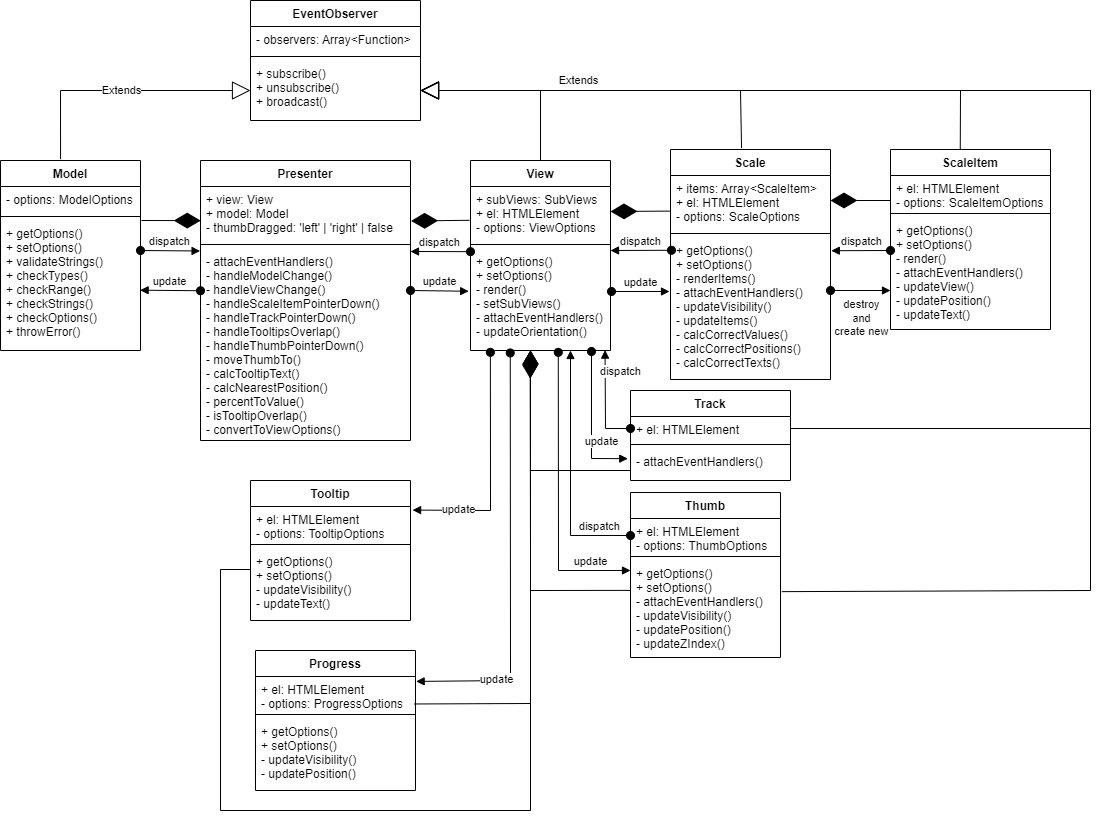
This is docs/classes-diagram.png from staya-bomjei/range-slider, a draw.io export, as it was before one commit. Source tidied: cells renumbered, new cells last; positions are measured from the earlier drawing's top-left corner, leaving out a move shared by most shapes.
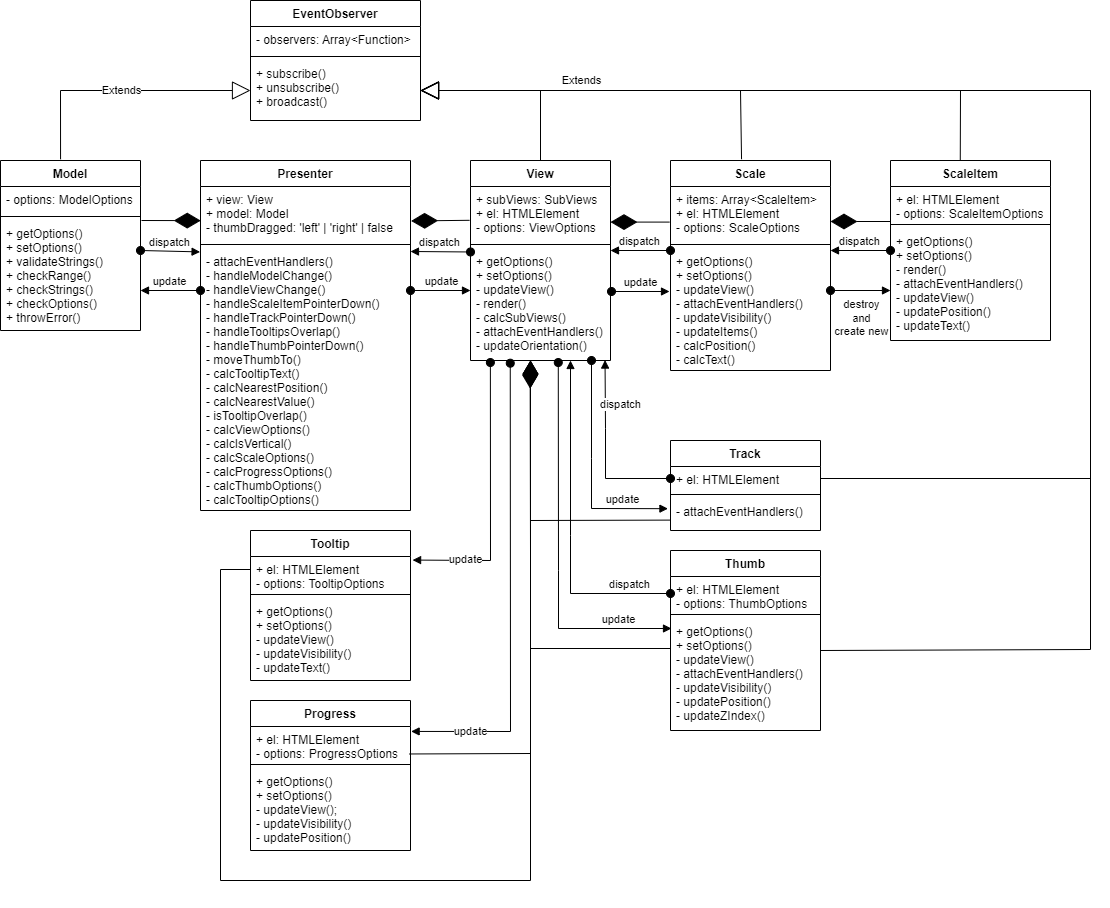
After the commit.

The edit, as a diff of the source:
```diff
@@ -17,3 +17,3 @@
     <mxCell id="6" value="Model" style="swimlane;fontStyle=1;align=center;verticalAlign=top;horizontal=1;startSize=26;" parent="1" vertex="1">
-      <mxGeometry y="160" width="140" height="190" as="geometry" />
+      <mxGeometry y="160" width="140" height="170" as="geometry" />
     </mxCell>
@@ -25,7 +25,7 @@
     </mxCell>
-    <mxCell id="9" value="+ getOptions()&#10;+ setOptions()&#10;+ validateStrings()&#10;+ checkTypes()&#10;+ checkRange()&#10;+ checkStrings()&#10;+ checkOptions()&#10;+ throwError()" style="text;strokeColor=none;fillColor=none;align=left;verticalAlign=top;spacingLeft=4;spacingRight=4;overflow=hidden;points=[[0,0.5],[1,0.5]];portConstraint=eastwest;" parent="6" vertex="1">
-      <mxGeometry y="60" width="140" height="130" as="geometry" />
+    <mxCell id="9" value="+ getOptions()&#10;+ setOptions()&#10;+ validateStrings()&#10;+ checkRange()&#10;+ checkStrings()&#10;+ checkOptions()&#10;+ throwError()" style="text;strokeColor=none;fillColor=none;align=left;verticalAlign=top;spacingLeft=4;spacingRight=4;overflow=hidden;points=[[0,0.5],[1,0.5]];portConstraint=eastwest;" parent="6" vertex="1">
+      <mxGeometry y="60" width="140" height="110" as="geometry" />
     </mxCell>
     <mxCell id="10" value="View" style="swimlane;fontStyle=1;align=center;verticalAlign=top;horizontal=1;startSize=26;" parent="1" vertex="1">
-      <mxGeometry x="470" y="160" width="140" height="190" as="geometry" />
+      <mxGeometry x="470" y="160" width="140" height="200" as="geometry" />
     </mxCell>
@@ -37,7 +37,7 @@
     </mxCell>
-    <mxCell id="13" value="+ getOptions()&#10;+ setOptions()&#10;- render()&#10;- setSubViews()&#10;- attachEventHandlers()&#10;- updateOrientation()" style="text;strokeColor=none;fillColor=none;align=left;verticalAlign=top;spacingLeft=4;spacingRight=4;overflow=hidden;points=[[0,0.5],[1,0.5]];portConstraint=eastwest;" parent="10" vertex="1">
-      <mxGeometry y="88" width="140" height="102" as="geometry" />
+    <mxCell id="13" value="+ getOptions()&#10;+ setOptions()&#10;- updateView()&#10;- render()&#10;- calcSubViews()&#10;- attachEventHandlers()&#10;- updateOrientation()" style="text;strokeColor=none;fillColor=none;align=left;verticalAlign=top;spacingLeft=4;spacingRight=4;overflow=hidden;points=[[0,0.5],[1,0.5]];portConstraint=eastwest;" parent="10" vertex="1">
+      <mxGeometry y="88" width="140" height="112" as="geometry" />
     </mxCell>
     <mxCell id="14" value="Presenter" style="swimlane;fontStyle=1;align=center;verticalAlign=top;horizontal=1;startSize=26;" parent="1" vertex="1">
-      <mxGeometry x="200" y="160" width="210" height="280" as="geometry" />
+      <mxGeometry x="200" y="160" width="210" height="350" as="geometry" />
     </mxCell>
@@ -49,7 +49,7 @@
     </mxCell>
-    <mxCell id="17" value="- attachEventHandlers()&#10;- handleModelChange()&#10;- handleViewChange()&#10;- handleScaleItemPointerDown()&#10;- handleTrackPointerDown()&#10;- handleTooltipsOverlap()&#10;- handleThumbPointerDown()&#10;- moveThumbTo()&#10;- calcTooltipText()&#10;- calcNearestPosition()&#10;- percentToValue()&#10;- isTooltipOverlap()&#10;- convertToViewOptions()" style="text;strokeColor=none;fillColor=none;align=left;verticalAlign=top;spacingLeft=4;spacingRight=4;overflow=hidden;points=[[0,0.5],[1,0.5]];portConstraint=eastwest;" parent="14" vertex="1">
-      <mxGeometry y="88" width="210" height="192" as="geometry" />
+    <mxCell id="17" value="- attachEventHandlers()&#10;- handleModelChange()&#10;- handleViewChange()&#10;- handleScaleItemPointerDown()&#10;- handleTrackPointerDown()&#10;- handleTooltipsOverlap()&#10;- handleThumbPointerDown()&#10;- moveThumbTo()&#10;- calcTooltipText()&#10;- calcNearestPosition()&#10;- calcNearestValue()&#10;- isTooltipOverlap()&#10;- calcViewOptions()&#10;- calcIsVertical()&#10;- calcScaleOptions()&#10;- calcProgressOptions()&#10;- calcThumbOptions()&#10;- calcTooltipOptions()&#10;" style="text;strokeColor=none;fillColor=none;align=left;verticalAlign=top;spacingLeft=4;spacingRight=4;overflow=hidden;points=[[0,0.5],[1,0.5]];portConstraint=eastwest;" parent="14" vertex="1">
+      <mxGeometry y="88" width="210" height="262" as="geometry" />
     </mxCell>
     <mxCell id="18" value="Progress" style="swimlane;fontStyle=1;align=center;verticalAlign=top;horizontal=1;startSize=26;" parent="1" vertex="1">
-      <mxGeometry x="255" y="650" width="160" height="140" as="geometry" />
+      <mxGeometry x="250" y="700" width="160" height="150" as="geometry" />
     </mxCell>
@@ -61,7 +61,7 @@
     </mxCell>
-    <mxCell id="21" value="+ getOptions()&#10;+ setOptions()&#10;- updateVisibility()&#10;- updatePosition()" style="text;strokeColor=none;fillColor=none;align=left;verticalAlign=top;spacingLeft=4;spacingRight=4;overflow=hidden;" parent="18" vertex="1">
-      <mxGeometry y="68" width="160" height="72" as="geometry" />
+    <mxCell id="21" value="+ getOptions()&#10;+ setOptions()&#10;- updateView();&#10;- updateVisibility()&#10;- updatePosition()" style="text;strokeColor=none;fillColor=none;align=left;verticalAlign=top;spacingLeft=4;spacingRight=4;overflow=hidden;" parent="18" vertex="1">
+      <mxGeometry y="68" width="160" height="82" as="geometry" />
     </mxCell>
     <mxCell id="22" value="Scale" style="swimlane;fontStyle=1;align=center;verticalAlign=top;horizontal=1;startSize=26;" parent="1" vertex="1">
-      <mxGeometry x="670" y="149" width="160" height="230" as="geometry" />
+      <mxGeometry x="670" y="160" width="160" height="210" as="geometry" />
     </mxCell>
@@ -73,7 +73,7 @@
     </mxCell>
-    <mxCell id="25" value="+ getOptions()&#10;+ setOptions()&#10;- renderItems()&#10;- attachEventHandlers()&#10;- updateVisibility()&#10;- updateItems()&#10;- calcCorrectValues()&#10;- calcCorrectPositions()&#10;- calcCorrectTexts()" style="text;strokeColor=none;fillColor=none;align=left;verticalAlign=top;spacingLeft=4;spacingRight=4;overflow=hidden;points=[[0,0.5],[1,0.5]];portConstraint=eastwest;" parent="22" vertex="1">
-      <mxGeometry y="88" width="160" height="142" as="geometry" />
+    <mxCell id="25" value="+ getOptions()&#10;+ setOptions()&#10;- updateView()&#10;- attachEventHandlers()&#10;- updateVisibility()&#10;- updateItems()&#10;- calcPosition()&#10;- calcText()" style="text;strokeColor=none;fillColor=none;align=left;verticalAlign=top;spacingLeft=4;spacingRight=4;overflow=hidden;points=[[0,0.5],[1,0.5]];portConstraint=eastwest;" parent="22" vertex="1">
+      <mxGeometry y="88" width="160" height="122" as="geometry" />
     </mxCell>
     <mxCell id="26" value="ScaleItem" style="swimlane;fontStyle=1;align=center;verticalAlign=top;horizontal=1;startSize=26;" parent="1" vertex="1">
-      <mxGeometry x="890" y="149" width="160" height="180" as="geometry" />
+      <mxGeometry x="890" y="160" width="160" height="180" as="geometry" />
     </mxCell>
@@ -89,3 +89,3 @@
     <mxCell id="30" value="Thumb" style="swimlane;fontStyle=1;align=center;verticalAlign=top;horizontal=1;startSize=26;" parent="1" vertex="1">
-      <mxGeometry x="630" y="492" width="150" height="165" as="geometry" />
+      <mxGeometry x="670" y="550" width="150" height="180" as="geometry" />
     </mxCell>
@@ -97,7 +97,7 @@
     </mxCell>
-    <mxCell id="33" value="+ getOptions()&#10;+ setOptions()&#10;- attachEventHandlers()&#10;- updateVisibility()&#10;- updatePosition()&#10;- updateZIndex()" style="text;strokeColor=none;fillColor=none;align=left;verticalAlign=top;spacingLeft=4;spacingRight=4;overflow=hidden;points=[[0,0.5],[1,0.5]];portConstraint=eastwest;" parent="30" vertex="1">
-      <mxGeometry y="68" width="150" height="97" as="geometry" />
+    <mxCell id="33" value="+ getOptions()&#10;+ setOptions()&#10;- updateView()&#10;- attachEventHandlers()&#10;- updateVisibility()&#10;- updatePosition()&#10;- updateZIndex()" style="text;strokeColor=none;fillColor=none;align=left;verticalAlign=top;spacingLeft=4;spacingRight=4;overflow=hidden;points=[[0,0.5],[1,0.5]];portConstraint=eastwest;" parent="30" vertex="1">
+      <mxGeometry y="68" width="150" height="112" as="geometry" />
     </mxCell>
     <mxCell id="34" value="Tooltip" style="swimlane;fontStyle=1;align=center;verticalAlign=top;horizontal=1;startSize=26;" parent="1" vertex="1">
-      <mxGeometry x="250" y="480" width="160" height="140" as="geometry" />
+      <mxGeometry x="250" y="530" width="160" height="150" as="geometry" />
     </mxCell>
@@ -109,16 +109,16 @@
     </mxCell>
-    <mxCell id="37" value="+ getOptions()&#10;+ setOptions()&#10;- updateVisibility()&#10;- updateText()" style="text;strokeColor=none;fillColor=none;align=left;verticalAlign=top;spacingLeft=4;spacingRight=4;overflow=hidden;" parent="34" vertex="1">
-      <mxGeometry y="68" width="160" height="72" as="geometry" />
+    <mxCell id="37" value="+ getOptions()&#10;+ setOptions()&#10;- updateView()&#10;- updateVisibility()&#10;- updateText()" style="text;strokeColor=none;fillColor=none;align=left;verticalAlign=top;spacingLeft=4;spacingRight=4;overflow=hidden;" parent="34" vertex="1">
+      <mxGeometry y="68" width="160" height="82" as="geometry" />
     </mxCell>
     <mxCell id="38" value="Track" style="swimlane;fontStyle=1;align=center;verticalAlign=top;horizontal=1;startSize=26;" parent="1" vertex="1">
-      <mxGeometry x="630" y="390" width="160" height="90" as="geometry" />
+      <mxGeometry x="670" y="440" width="150" height="90" as="geometry" />
     </mxCell>
     <mxCell id="39" value="+ el: HTMLElement" style="text;strokeColor=none;fillColor=none;align=left;verticalAlign=top;spacingLeft=4;spacingRight=4;overflow=hidden;points=[[0,0.5],[1,0.5]];portConstraint=eastwest;" parent="38" vertex="1">
-      <mxGeometry y="26" width="160" height="24" as="geometry" />
+      <mxGeometry y="26" width="150" height="24" as="geometry" />
     </mxCell>
     <mxCell id="40" style="line;strokeWidth=1;fillColor=none;align=left;verticalAlign=middle;spacingTop=-1;spacingLeft=3;spacingRight=3;labelPosition=right;" parent="38" vertex="1">
-      <mxGeometry y="50" width="160" height="8" as="geometry" />
+      <mxGeometry y="50" width="150" height="8" as="geometry" />
     </mxCell>
     <mxCell id="41" value="- attachEventHandlers()" style="text;strokeColor=none;fillColor=none;align=left;verticalAlign=top;spacingLeft=4;spacingRight=4;overflow=hidden;points=[[0,0.5],[1,0.5]];portConstraint=eastwest;" parent="38" vertex="1">
-      <mxGeometry y="58" width="160" height="32" as="geometry" />
+      <mxGeometry y="58" width="150" height="32" as="geometry" />
     </mxCell>
@@ -148,2 +148,3 @@
         <Array as="points">
+          <mxPoint x="1090" y="478" />
           <mxPoint x="1090" y="428" />
@@ -160,6 +161,7 @@
     </mxCell>
-    <mxCell id="47" style="endArrow=block;endSize=16;endFill=0;html=1;rounded=0;exitX=1.009;exitY=0.321;exitDx=0;exitDy=0;exitPerimeter=0;entryX=1;entryY=0.5;entryDx=0;entryDy=0;" parent="1" edge="1" source="33" target="5">
+    <mxCell id="47" style="endArrow=block;endSize=16;endFill=0;html=1;rounded=0;entryX=1;entryY=0.5;entryDx=0;entryDy=0;" parent="1" edge="1" target="5">
       <mxGeometry x="-0.22" y="145" relative="1" as="geometry">
+        <mxPoint x="820" y="650" as="sourcePoint" />
         <Array as="points">
-          <mxPoint x="1090" y="590" />
+          <mxPoint x="1090" y="649" />
           <mxPoint x="1090" y="90" />
@@ -179,7 +181,7 @@
         <mxPoint x="250" y="569" as="sourcePoint" />
-        <mxPoint x="530" y="350" as="targetPoint" />
+        <mxPoint x="530" y="360" as="targetPoint" />
         <Array as="points">
           <mxPoint x="220" y="569" />
-          <mxPoint x="220" y="810" />
-          <mxPoint x="530" y="810" />
+          <mxPoint x="220" y="880" />
+          <mxPoint x="530" y="880" />
         </Array>
@@ -187,8 +189,7 @@
     </mxCell>
-    <mxCell id="51" style="endArrow=diamondThin;endFill=1;endSize=24;html=1;rounded=0;" parent="1" edge="1">
+    <mxCell id="51" style="endArrow=diamondThin;endFill=1;endSize=24;html=1;rounded=0;exitX=0.002;exitY=0.675;exitDx=0;exitDy=0;exitPerimeter=0;" parent="1" edge="1" source="41">
       <mxGeometry relative="1" as="geometry">
-        <mxPoint x="630" y="470" as="sourcePoint" />
-        <mxPoint x="530" y="350" as="targetPoint" />
+        <mxPoint x="530" y="360" as="targetPoint" />
         <Array as="points">
-          <mxPoint x="530" y="470" />
+          <mxPoint x="530" y="520" />
         </Array>
@@ -196,11 +197,10 @@
     </mxCell>
-    <mxCell id="52" style="endArrow=diamondThin;endFill=1;endSize=24;html=1;rounded=0;exitX=-0.005;exitY=0.659;exitDx=0;exitDy=0;exitPerimeter=0;" parent="1" edge="1" source="23">
-      <mxGeometry relative="1" as="geometry">
-        <mxPoint x="610" y="211" as="targetPoint" />
-      </mxGeometry>
+    <mxCell id="52" style="endArrow=diamondThin;endFill=1;endSize=24;html=1;rounded=0;exitX=-0.005;exitY=0.659;exitDx=0;exitDy=0;exitPerimeter=0;entryX=1;entryY=0.659;entryDx=0;entryDy=0;entryPerimeter=0;" parent="1" edge="1" source="23" target="11">
+      <mxGeometry relative="1" as="geometry" />
     </mxCell>
-    <mxCell id="53" style="endArrow=diamondThin;endFill=1;endSize=24;html=1;rounded=0;exitX=-0.003;exitY=0.308;exitDx=0;exitDy=0;exitPerimeter=0;entryX=0.426;entryY=1.011;entryDx=0;entryDy=0;entryPerimeter=0;" parent="1" edge="1" source="33" target="13">
+    <mxCell id="53" style="endArrow=diamondThin;endFill=1;endSize=24;html=1;rounded=0;entryX=0.426;entryY=1.011;entryDx=0;entryDy=0;entryPerimeter=0;" parent="1" edge="1" target="13">
       <mxGeometry relative="1" as="geometry">
+        <mxPoint x="670" y="648" as="sourcePoint" />
         <Array as="points">
-          <mxPoint x="530" y="590" />
+          <mxPoint x="530" y="648" />
           <mxPoint x="530" y="551" />
@@ -211,5 +211,5 @@
       <mxGeometry relative="1" as="geometry">
-        <mxPoint x="530" y="350" as="targetPoint" />
+        <mxPoint x="530" y="360" as="targetPoint" />
         <Array as="points">
-          <mxPoint x="530" y="703" />
+          <mxPoint x="530" y="753" />
         </Array>
@@ -219,4 +219,4 @@
       <mxGeometry relative="1" as="geometry">
-        <mxPoint x="890" y="200" as="sourcePoint" />
-        <mxPoint x="830" y="200" as="targetPoint" />
+        <mxPoint x="890" y="221" as="sourcePoint" />
+        <mxPoint x="830" y="221" as="targetPoint" />
       </mxGeometry>
@@ -228,4 +228,7 @@
     </mxCell>
-    <mxCell id="57" value="update" style="html=1;verticalAlign=bottom;startArrow=oval;startFill=1;endArrow=block;startSize=8;rounded=0;entryX=0.997;entryY=0.536;entryDx=0;entryDy=0;exitX=0;exitY=0.22;exitDx=0;exitDy=0;exitPerimeter=0;entryPerimeter=0;" parent="1" edge="1" source="17" target="9">
-      <mxGeometry relative="1" as="geometry" />
+    <mxCell id="57" value="update" style="html=1;verticalAlign=bottom;startArrow=oval;startFill=1;endArrow=block;startSize=8;rounded=0;" parent="1" edge="1">
+      <mxGeometry relative="1" as="geometry">
+        <mxPoint x="200" y="290" as="sourcePoint" />
+        <mxPoint x="140" y="290" as="targetPoint" />
+      </mxGeometry>
     </mxCell>
@@ -236,3 +239,3 @@
     </mxCell>
-    <mxCell id="59" value="update" style="html=1;verticalAlign=bottom;startArrow=oval;startFill=1;endArrow=block;startSize=8;rounded=0;entryX=-0.013;entryY=0.419;entryDx=0;entryDy=0;entryPerimeter=0;" parent="1" edge="1" target="13">
+    <mxCell id="59" value="update" style="html=1;verticalAlign=bottom;startArrow=oval;startFill=1;endArrow=block;startSize=8;rounded=0;entryX=0;entryY=0.375;entryDx=0;entryDy=0;entryPerimeter=0;" parent="1" edge="1" target="13">
       <mxGeometry relative="1" as="geometry">
@@ -241,4 +244,5 @@
     </mxCell>
-    <mxCell id="60" value="dispatch" style="html=1;verticalAlign=bottom;startArrow=oval;startFill=1;endArrow=block;startSize=8;rounded=0;exitX=0.006;exitY=0.09;exitDx=0;exitDy=0;exitPerimeter=0;" parent="1" edge="1" source="25">
+    <mxCell id="60" value="dispatch" style="html=1;verticalAlign=bottom;startArrow=oval;startFill=1;endArrow=block;startSize=8;rounded=0;" parent="1" edge="1">
       <mxGeometry relative="1" as="geometry">
+        <mxPoint x="670" y="250" as="sourcePoint" />
         <mxPoint x="610" y="250" as="targetPoint" />
@@ -252,5 +256,6 @@
     </mxCell>
-    <mxCell id="62" value="dispatch" style="html=1;verticalAlign=bottom;startArrow=oval;startFill=1;endArrow=block;startSize=8;rounded=0;entryX=1.005;entryY=0.093;entryDx=0;entryDy=0;entryPerimeter=0;" parent="1" edge="1" target="25">
+    <mxCell id="62" value="dispatch" style="html=1;verticalAlign=bottom;startArrow=oval;startFill=1;endArrow=block;startSize=8;rounded=0;" parent="1" edge="1">
       <mxGeometry relative="1" as="geometry">
         <mxPoint x="890" y="250" as="sourcePoint" />
+        <mxPoint x="830" y="250" as="targetPoint" />
       </mxGeometry>
@@ -266,2 +271,3 @@
         <Array as="points">
+          <mxPoint x="605" y="478" />
           <mxPoint x="605" y="428" />
@@ -271,6 +277,7 @@
     <mxCell id="65" value="update" style="html=1;verticalAlign=bottom;startArrow=oval;startFill=1;endArrow=block;startSize=8;rounded=0;entryX=-0.017;entryY=0.318;entryDx=0;entryDy=0;entryPerimeter=0;" parent="1" edge="1" target="41">
-      <mxGeometry x="0.62" y="8" relative="1" as="geometry">
-        <mxPoint x="591" y="351" as="sourcePoint" />
+      <mxGeometry x="0.59" relative="1" as="geometry">
+        <mxPoint x="591" y="360" as="sourcePoint" />
         <Array as="points">
           <mxPoint x="591" y="458" />
+          <mxPoint x="591" y="508" />
         </Array>
@@ -280,4 +287,5 @@
       <mxGeometry x="-0.76" relative="1" as="geometry">
-        <mxPoint x="570" y="350" as="targetPoint" />
+        <mxPoint x="570" y="360" as="targetPoint" />
         <Array as="points">
+          <mxPoint x="570" y="593" />
           <mxPoint x="570" y="535" />
@@ -286,6 +294,8 @@
     </mxCell>
-    <mxCell id="67" value="update" style="html=1;verticalAlign=bottom;startArrow=oval;startFill=1;endArrow=block;startSize=8;rounded=0;entryX=0;entryY=0.103;entryDx=0;entryDy=0;entryPerimeter=0;exitX=0.627;exitY=1.018;exitDx=0;exitDy=0;exitPerimeter=0;" parent="1" edge="1" source="13" target="33">
+    <mxCell id="67" value="update" style="html=1;verticalAlign=bottom;startArrow=oval;startFill=1;endArrow=block;startSize=8;rounded=0;exitX=0.627;exitY=1.018;exitDx=0;exitDy=0;exitPerimeter=0;" parent="1" edge="1" source="13">
       <mxGeometry x="0.72" relative="1" as="geometry">
+        <mxPoint x="671" y="628" as="targetPoint" />
         <Array as="points">
           <mxPoint x="558" y="570" />
+          <mxPoint x="558" y="628" />
         </Array>
@@ -296,3 +306,3 @@
         <Array as="points">
-          <mxPoint x="490" y="510" />
+          <mxPoint x="490" y="560" />
         </Array>
@@ -301,5 +311,5 @@
     <mxCell id="69" value="update" style="html=1;verticalAlign=bottom;startArrow=oval;startFill=1;endArrow=block;startSize=8;rounded=0;entryX=1.004;entryY=0.145;entryDx=0;entryDy=0;entryPerimeter=0;exitX=0.284;exitY=1.024;exitDx=0;exitDy=0;exitPerimeter=0;" parent="1" edge="1" source="13" target="19">
-      <mxGeometry x="0.62" y="8" relative="1" as="geometry">
+      <mxGeometry x="0.75" y="9" relative="1" as="geometry">
         <Array as="points">
-          <mxPoint x="510" y="680" />
+          <mxPoint x="510" y="731" />
         </Array>
```
